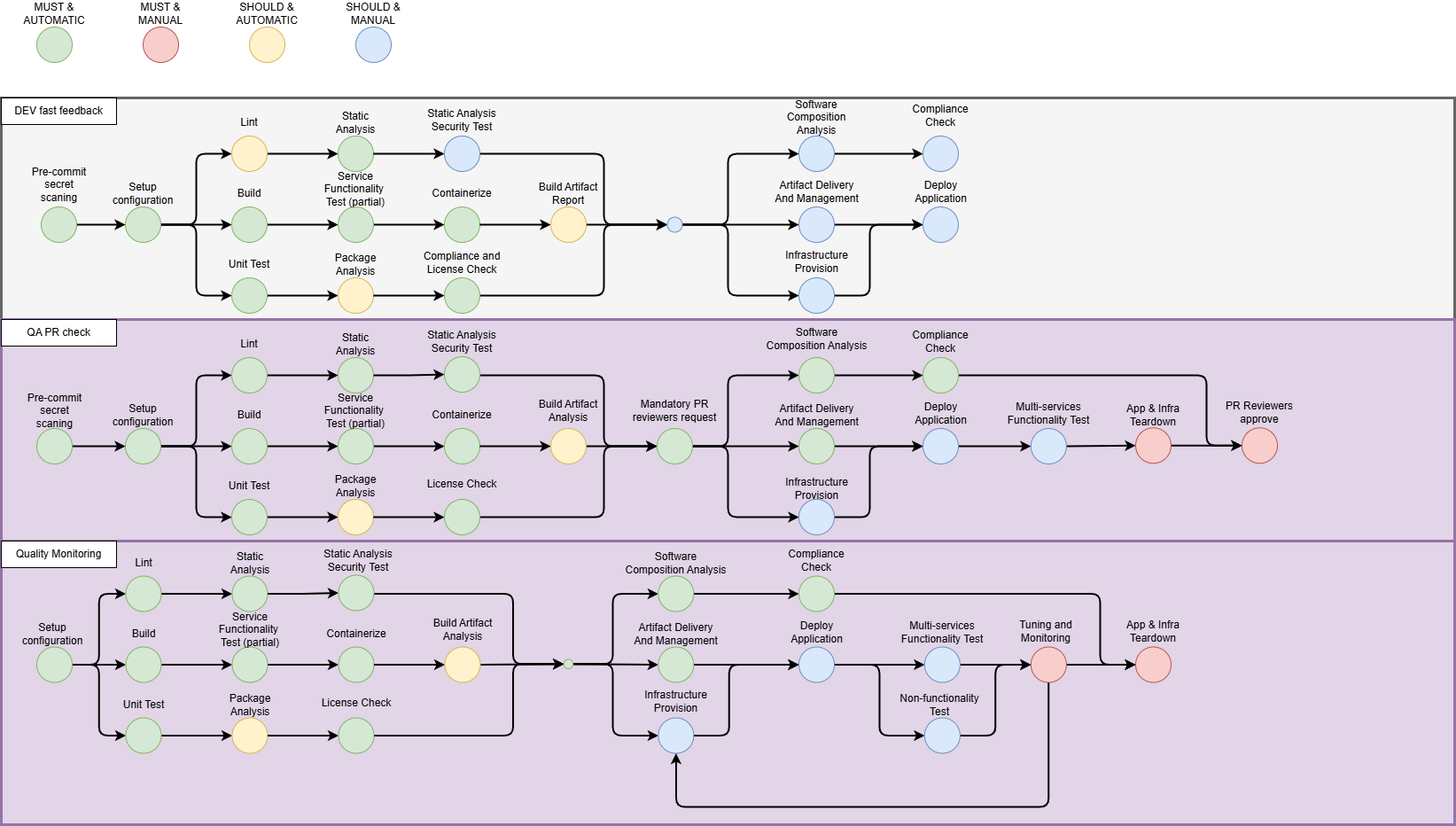
Earlier version of the draw.io export .github/workflows/doc/design/ci-cd-system.drawio.png (Le-Hoang-Thinh-The-Automationist/pfh-pipeline). Source tidied: cells renumbered, new cells last; positions are measured from the earlier drawing's top-left corner, leaving out a move shared by most shapes.
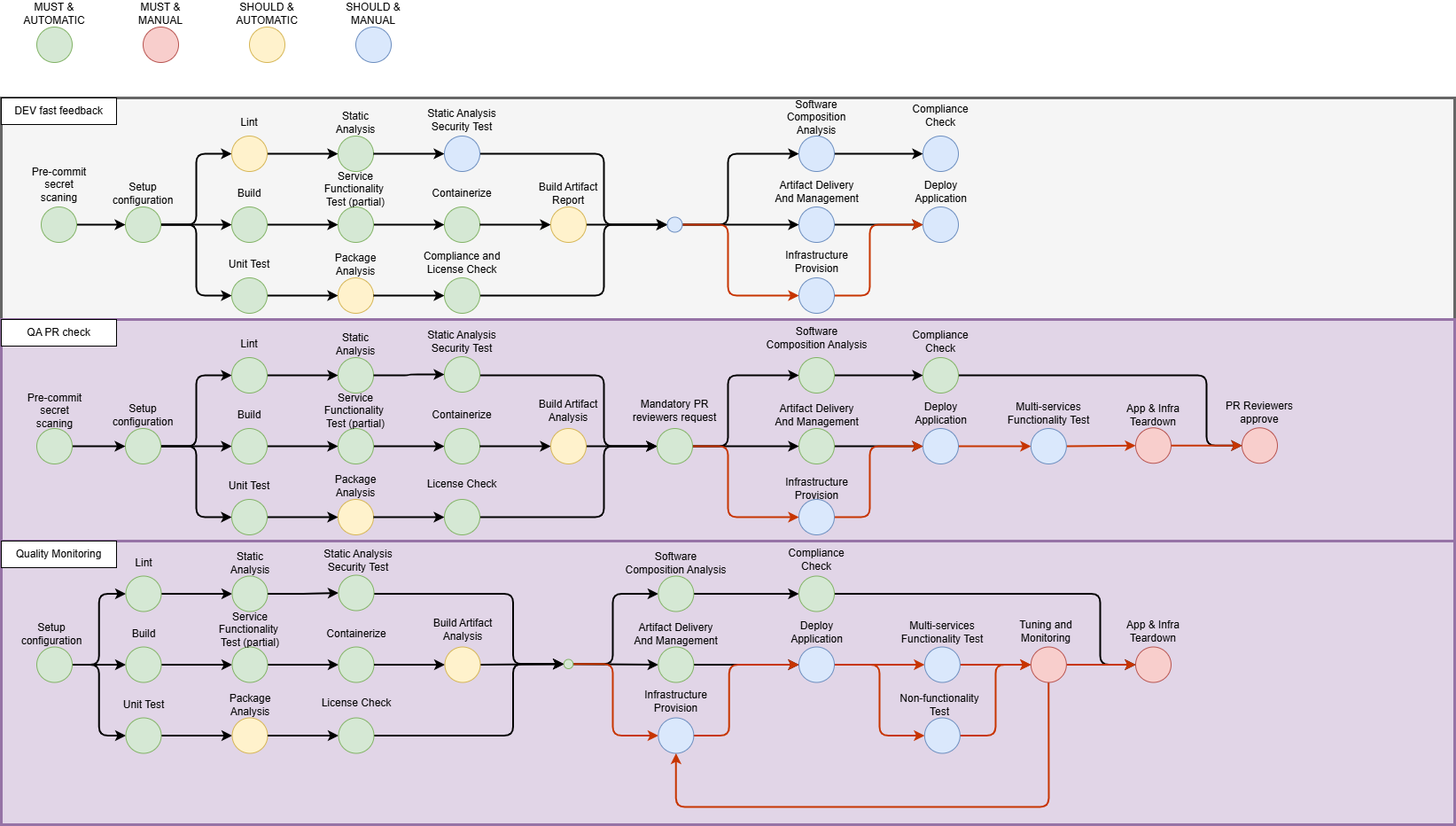
After the commit.

Commit message:
doc(ci-cd-system): Update diagram

What changed in the source:
```diff
@@ -104,7 +104,7 @@
         </Array>
       </mxGeometry>
     </mxCell>
-    <mxCell id="31" style="edgeStyle=orthogonalEdgeStyle;html=1;entryX=0;entryY=0.5;entryDx=0;entryDy=0;strokeWidth=2;" parent="1" edge="1" source="32" target="128">
+    <mxCell id="31" style="edgeStyle=orthogonalEdgeStyle;html=1;entryX=0;entryY=0.5;entryDx=0;entryDy=0;strokeWidth=2;fillColor=#fa6800;strokeColor=#C73500;" parent="1" edge="1" source="32" target="128">
       <mxGeometry relative="1" as="geometry">
         <Array as="points">
           <mxPoint x="820" y="253" />
@@ -229,7 +229,7 @@
     <mxCell id="65" style="edgeStyle=none;html=1;entryX=0;entryY=0.5;entryDx=0;entryDy=0;strokeWidth=2;" parent="1" edge="1" source="67" target="98">
       <mxGeometry relative="1" as="geometry" />
     </mxCell>
-    <mxCell id="66" style="edgeStyle=orthogonalEdgeStyle;html=1;entryX=0;entryY=0.5;entryDx=0;entryDy=0;strokeWidth=2;" parent="1" edge="1" source="67" target="112">
+    <mxCell id="66" style="edgeStyle=orthogonalEdgeStyle;html=1;entryX=0;entryY=0.5;entryDx=0;entryDy=0;strokeWidth=2;fillColor=#fa6800;strokeColor=#C73500;" parent="1" edge="1" source="67" target="112">
       <mxGeometry relative="1" as="geometry">
         <Array as="points">
           <mxPoint x="820" y="503" />
@@ -365,7 +365,7 @@
     <mxCell id="107" value="Compliance Check" style="text;html=1;align=center;verticalAlign=middle;whiteSpace=wrap;rounded=0;" parent="1" vertex="1">
       <mxGeometry x="1020" y="363.5" width="80" height="43" as="geometry" />
     </mxCell>
-    <mxCell id="108" style="edgeStyle=none;html=1;entryX=0;entryY=0.5;entryDx=0;entryDy=0;strokeWidth=2;" parent="1" edge="1" source="109" target="115">
+    <mxCell id="108" style="edgeStyle=none;html=1;entryX=0;entryY=0.5;entryDx=0;entryDy=0;strokeWidth=2;fillColor=#fa6800;strokeColor=#C73500;" parent="1" edge="1" source="109" target="115">
       <mxGeometry relative="1" as="geometry" />
     </mxCell>
     <mxCell id="109" style="ellipse;whiteSpace=wrap;html=1;fillColor=#dae8fc;strokeColor=#6c8ebf;" parent="1" vertex="1">
@@ -374,7 +374,7 @@
     <mxCell id="110" value="Deploy&lt;div&gt;Application&lt;/div&gt;" style="text;html=1;align=center;verticalAlign=middle;whiteSpace=wrap;rounded=0;" parent="1" vertex="1">
       <mxGeometry x="1032.5" y="454.5" width="55" height="23.5" as="geometry" />
     </mxCell>
-    <mxCell id="111" style="edgeStyle=orthogonalEdgeStyle;html=1;entryX=0;entryY=0.5;entryDx=0;entryDy=0;strokeWidth=2;" parent="1" edge="1" source="112" target="109">
+    <mxCell id="111" style="edgeStyle=orthogonalEdgeStyle;html=1;entryX=0;entryY=0.5;entryDx=0;entryDy=0;strokeWidth=2;fillColor=#fa6800;strokeColor=#C73500;" parent="1" edge="1" source="112" target="109">
       <mxGeometry relative="1" as="geometry">
         <Array as="points">
           <mxPoint x="980" y="583" />
@@ -388,7 +388,7 @@
     <mxCell id="113" value="Infrastructure&lt;div&gt;Provision&lt;/div&gt;" style="text;html=1;align=center;verticalAlign=middle;whiteSpace=wrap;rounded=0;" parent="1" vertex="1">
       <mxGeometry x="892.5" y="539.5" width="55" height="23.5" as="geometry" />
     </mxCell>
-    <mxCell id="114" style="edgeStyle=none;html=1;entryX=0;entryY=0.5;entryDx=0;entryDy=0;strokeWidth=2;" parent="1" edge="1" source="115" target="133">
+    <mxCell id="114" style="edgeStyle=none;html=1;entryX=0;entryY=0.5;entryDx=0;entryDy=0;strokeWidth=2;fillColor=#fa6800;strokeColor=#C73500;" parent="1" edge="1" source="115" target="133">
       <mxGeometry relative="1" as="geometry" />
     </mxCell>
     <mxCell id="115" style="ellipse;whiteSpace=wrap;html=1;fillColor=#dae8fc;strokeColor=#6c8ebf;" parent="1" vertex="1">
@@ -427,7 +427,7 @@
     <mxCell id="126" value="Deploy&lt;div&gt;Application&lt;/div&gt;" style="text;html=1;align=center;verticalAlign=middle;whiteSpace=wrap;rounded=0;" parent="1" vertex="1">
       <mxGeometry x="1032.5" y="204.5" width="55" height="23.5" as="geometry" />
     </mxCell>
-    <mxCell id="127" style="edgeStyle=orthogonalEdgeStyle;html=1;entryX=0;entryY=0.5;entryDx=0;entryDy=0;strokeWidth=2;" parent="1" edge="1" source="128" target="125">
+    <mxCell id="127" style="edgeStyle=orthogonalEdgeStyle;html=1;entryX=0;entryY=0.5;entryDx=0;entryDy=0;strokeWidth=2;fillColor=#fa6800;strokeColor=#C73500;" parent="1" edge="1" source="128" target="125">
       <mxGeometry relative="1" as="geometry">
         <Array as="points">
           <mxPoint x="980" y="333" />
@@ -447,7 +447,7 @@
     <mxCell id="131" value="Multi-services Functionality Test" style="text;html=1;align=center;verticalAlign=middle;whiteSpace=wrap;rounded=0;" parent="1" vertex="1">
       <mxGeometry x="1130" y="450.2" width="103.8" height="32" as="geometry" />
     </mxCell>
-    <mxCell id="132" style="edgeStyle=none;html=1;entryX=0;entryY=0.5;entryDx=0;entryDy=0;strokeWidth=2;" parent="1" edge="1" source="133" target="116">
+    <mxCell id="132" style="edgeStyle=none;html=1;entryX=0;entryY=0.5;entryDx=0;entryDy=0;strokeWidth=2;fillColor=#fa6800;strokeColor=#C73500;" parent="1" edge="1" source="133" target="116">
       <mxGeometry relative="1" as="geometry" />
     </mxCell>
     <mxCell id="133" style="ellipse;whiteSpace=wrap;html=1;fillColor=#f8cecc;strokeColor=#b85450;" parent="1" vertex="1">
@@ -558,7 +558,7 @@
     <mxCell id="163" style="edgeStyle=none;html=1;entryX=0;entryY=0.5;entryDx=0;entryDy=0;strokeWidth=2;" parent="1" edge="1" source="165" target="178">
       <mxGeometry relative="1" as="geometry" />
     </mxCell>
-    <mxCell id="164" style="edgeStyle=orthogonalEdgeStyle;html=1;entryX=0;entryY=0.5;entryDx=0;entryDy=0;strokeWidth=2;" parent="1" edge="1" source="165" target="190">
+    <mxCell id="164" style="edgeStyle=orthogonalEdgeStyle;html=1;entryX=0;entryY=0.5;entryDx=0;entryDy=0;strokeWidth=2;fillColor=#fa6800;strokeColor=#C73500;" parent="1" edge="1" source="165" target="190">
       <mxGeometry relative="1" as="geometry">
         <Array as="points">
           <mxPoint x="690" y="749" />
@@ -631,10 +631,10 @@
     <mxCell id="184" value="Compliance Check" style="text;html=1;align=center;verticalAlign=middle;whiteSpace=wrap;rounded=0;" parent="1" vertex="1">
       <mxGeometry x="880" y="610" width="80" height="43" as="geometry" />
     </mxCell>
-    <mxCell id="185" style="edgeStyle=none;html=1;entryX=0;entryY=0.5;entryDx=0;entryDy=0;strokeWidth=2;" parent="1" edge="1" source="187" target="193">
+    <mxCell id="185" style="edgeStyle=none;html=1;entryX=0;entryY=0.5;entryDx=0;entryDy=0;strokeWidth=2;fillColor=#fa6800;strokeColor=#C73500;" parent="1" edge="1" source="187" target="193">
       <mxGeometry relative="1" as="geometry" />
     </mxCell>
-    <mxCell id="186" style="edgeStyle=orthogonalEdgeStyle;html=1;entryX=0;entryY=0.5;entryDx=0;entryDy=0;strokeWidth=2;" parent="1" edge="1" source="187" target="197">
+    <mxCell id="186" style="edgeStyle=orthogonalEdgeStyle;html=1;entryX=0;entryY=0.5;entryDx=0;entryDy=0;strokeWidth=2;fillColor=#fa6800;strokeColor=#C73500;" parent="1" edge="1" source="187" target="197">
       <mxGeometry relative="1" as="geometry" />
     </mxCell>
     <mxCell id="187" style="ellipse;whiteSpace=wrap;html=1;fillColor=#dae8fc;strokeColor=#6c8ebf;" parent="1" vertex="1">
@@ -643,7 +643,7 @@
     <mxCell id="188" value="Deploy&lt;div&gt;Application&lt;/div&gt;" style="text;html=1;align=center;verticalAlign=middle;whiteSpace=wrap;rounded=0;" parent="1" vertex="1">
       <mxGeometry x="892.5" y="701" width="55" height="23.5" as="geometry" />
     </mxCell>
-    <mxCell id="189" style="edgeStyle=orthogonalEdgeStyle;html=1;entryX=0;entryY=0.5;entryDx=0;entryDy=0;strokeWidth=2;" parent="1" edge="1" source="190" target="187">
+    <mxCell id="189" style="edgeStyle=orthogonalEdgeStyle;html=1;entryX=0;entryY=0.5;entryDx=0;entryDy=0;strokeWidth=2;fillColor=#fa6800;strokeColor=#C73500;" parent="1" edge="1" source="190" target="187">
       <mxGeometry relative="1" as="geometry">
         <Array as="points">
           <mxPoint x="821.4" y="829.5" />
@@ -657,7 +657,7 @@
     <mxCell id="191" value="Infrastructure&lt;div&gt;Provision&lt;/div&gt;" style="text;html=1;align=center;verticalAlign=middle;whiteSpace=wrap;rounded=0;" parent="1" vertex="1">
       <mxGeometry x="733.9" y="779.5" width="55" height="23.5" as="geometry" />
     </mxCell>
-    <mxCell id="192" style="edgeStyle=none;html=1;entryX=0;entryY=0.5;entryDx=0;entryDy=0;strokeWidth=2;" parent="1" edge="1" source="193" target="201">
+    <mxCell id="192" style="edgeStyle=none;html=1;entryX=0;entryY=0.5;entryDx=0;entryDy=0;strokeWidth=2;fillColor=#fa6800;strokeColor=#C73500;" parent="1" edge="1" source="193" target="201">
       <mxGeometry relative="1" as="geometry" />
     </mxCell>
     <mxCell id="193" style="ellipse;whiteSpace=wrap;html=1;fillColor=#dae8fc;strokeColor=#6c8ebf;" parent="1" vertex="1">
@@ -669,7 +669,7 @@
     <mxCell id="195" value="Multi-services Functionality Test" style="text;html=1;align=center;verticalAlign=middle;whiteSpace=wrap;rounded=0;" parent="1" vertex="1">
       <mxGeometry x="1010" y="696.8" width="103.8" height="32" as="geometry" />
     </mxCell>
-    <mxCell id="196" style="edgeStyle=orthogonalEdgeStyle;html=1;entryX=0;entryY=0.5;entryDx=0;entryDy=0;strokeWidth=2;" parent="1" edge="1" source="197" target="201">
+    <mxCell id="196" style="edgeStyle=orthogonalEdgeStyle;html=1;entryX=0;entryY=0.5;entryDx=0;entryDy=0;strokeWidth=2;fillColor=#fa6800;strokeColor=#C73500;" parent="1" edge="1" source="197" target="201">
       <mxGeometry relative="1" as="geometry" />
     </mxCell>
     <mxCell id="197" style="ellipse;whiteSpace=wrap;html=1;fillColor=#dae8fc;strokeColor=#6c8ebf;" parent="1" vertex="1">
@@ -678,10 +678,10 @@
     <mxCell id="198" value="Non-functionality Test" style="text;html=1;align=center;verticalAlign=middle;whiteSpace=wrap;rounded=0;" parent="1" vertex="1">
       <mxGeometry x="1003.7" y="784.1" width="110" height="20.8" as="geometry" />
     </mxCell>
-    <mxCell id="199" style="edgeStyle=none;html=1;entryX=0;entryY=0.5;entryDx=0;entryDy=0;strokeWidth=2;" parent="1" edge="1" source="201" target="194">
+    <mxCell id="199" style="edgeStyle=none;html=1;entryX=0;entryY=0.5;entryDx=0;entryDy=0;strokeWidth=2;fillColor=#fa6800;strokeColor=#C73500;" parent="1" edge="1" source="201" target="194">
       <mxGeometry relative="1" as="geometry" />
     </mxCell>
-    <mxCell id="200" style="edgeStyle=orthogonalEdgeStyle;html=1;entryX=0.5;entryY=1;entryDx=0;entryDy=0;flowAnimation=0;strokeWidth=2;" parent="1" edge="1" source="201" target="190">
+    <mxCell id="200" style="edgeStyle=orthogonalEdgeStyle;html=1;entryX=0.5;entryY=1;entryDx=0;entryDy=0;flowAnimation=0;strokeWidth=2;fillColor=#fa6800;strokeColor=#C73500;" parent="1" edge="1" source="201" target="190">
       <mxGeometry relative="1" as="geometry">
         <Array as="points">
           <mxPoint x="1182" y="910" />
```
